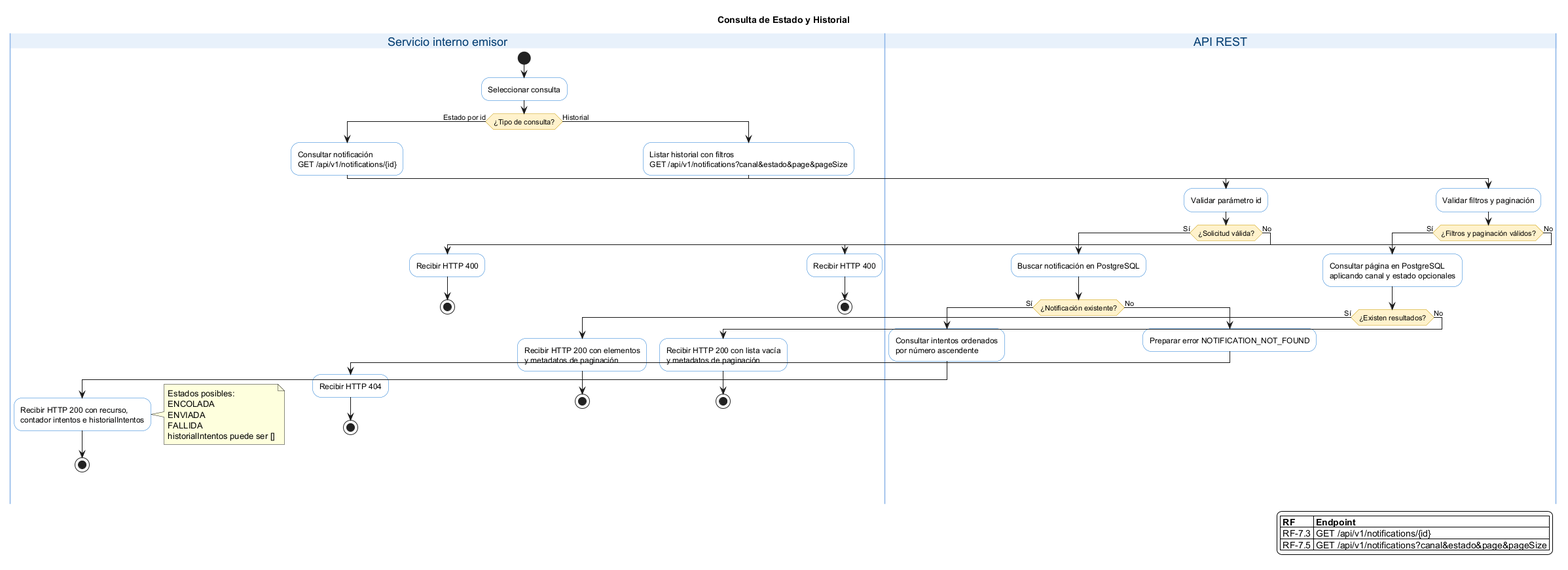
Above: notificaciones-architecture/diagrams/BP/consulta-estado-envio/notificaciones-03-bp-consulta-historial.png in Frosmin/tigoBootcamp (PlantUML), before the change.
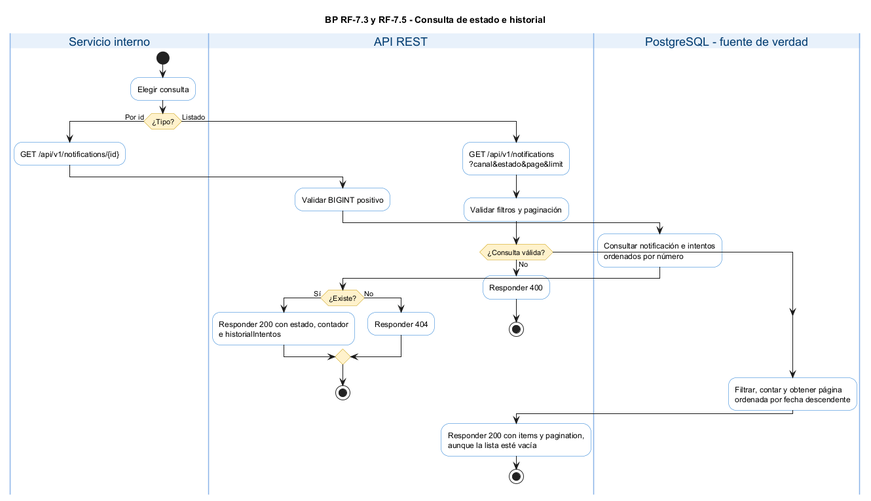
The same diagram one commit later.

The edit, as a diff of the source:
```diff
@@ -1,18 +1,16 @@
 @startuml notificaciones-03-bp-consulta-historial
 
-title Consulta de Estado y Historial
+title BP RF-7.3 y RF-7.5 - Consulta de estado e historial
 
 skinparam backgroundColor white
 skinparam shadowing false
 skinparam activity {
     BackgroundColor white
     BorderColor #1676D2
-    FontColor #000000
     DiamondBackgroundColor #FFF2CC
     DiamondBorderColor #C99A00
     StartColor #222222
     EndColor #222222
-    BarColor #1676D2
 }
 skinparam swimlane {
     BorderColor #8AB4E8
@@ -20,67 +18,36 @@
     TitleFontColor #003B70
 }
 
-|Servicio interno emisor|
+|Servicio interno|
 start
-:Seleccionar consulta;
+:Elegir consulta;
 
-if (¿Tipo de consulta?) then (Estado por id)
-    :Consultar notificación\nGET /api/v1/notifications/{id};
+if (¿Tipo?) then (Por id)
+    :GET /api/v1/notifications/{id};
     |API REST|
-    :Validar parámetro id;
-    if (¿Solicitud válida?) then (Sí)
-        :Buscar notificación en PostgreSQL;
-        if (¿Notificación existente?) then (Sí)
-            :Consultar intentos ordenados\npor número ascendente;
-            |Servicio interno emisor|
-            :Recibir HTTP 200 con recurso,\ncontador intentos e historialIntentos;
-            note right
-              Estados posibles:
-              ENCOLADA
-              ENVIADA
-              FALLIDA
-              historialIntentos puede ser []
-            end note
-            stop
-        else (No)
-            |API REST|
-            :Preparar error NOTIFICATION_NOT_FOUND;
-            |Servicio interno emisor|
-            :Recibir HTTP 404;
-            stop
-        endif
+    :Validar BIGINT positivo;
+    |PostgreSQL - fuente de verdad|
+    :Consultar notificación e intentos\nordenados por número;
+    |API REST|
+    if (¿Existe?) then (Sí)
+        :Responder 200 con estado, contador\ne historialIntentos;
     else (No)
-        |Servicio interno emisor|
-        :Recibir HTTP 400;
+        :Responder 404;
+    endif
+    stop
+else (Listado)
+    :GET /api/v1/notifications\n?canal&estado&page&limit;
+    |API REST|
+    :Validar filtros y paginación;
+    if (¿Consulta válida?) then (No)
+        :Responder 400;
         stop
     endif
-
-else (Historial)
-    :Listar historial con filtros\nGET /api/v1/notifications?canal&estado&page&pageSize;
+    |PostgreSQL - fuente de verdad|
+    :Filtrar, contar y obtener página\nordenada por fecha descendente;
     |API REST|
-    :Validar filtros y paginación;
-    if (¿Filtros y paginación válidos?) then (Sí)
-        :Consultar página en PostgreSQL\naplicando canal y estado opcionales;
-        if (¿Existen resultados?) then (Sí)
-            |Servicio interno emisor|
-            :Recibir HTTP 200 con elementos\ny metadatos de paginación;
-            stop
-        else (No)
-            |Servicio interno emisor|
-            :Recibir HTTP 200 con lista vacía\ny metadatos de paginación;
-            stop
-        endif
-    else (No)
-        |Servicio interno emisor|
-        :Recibir HTTP 400;
-        stop
-    endif
+    :Responder 200 con items y pagination,\naunque la lista esté vacía;
+    stop
 endif
 
-legend right
-|= RF |= Endpoint |
-| RF-7.3 | GET /api/v1/notifications/{id} |
-| RF-7.5 | GET /api/v1/notifications?canal&estado&page&pageSize |
-endlegend
-
 @enduml
```
